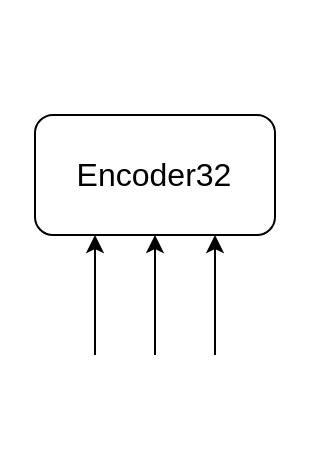
Earlier version of the draw.io diagram test.drawio (infiniteaim/Repository-from-Anonus). Source tidied: cells renumbered, new cells numbered last; positions are measured from the earlier drawing's top-left corner, leaving out a move shared by most shapes. Both pictures are drawn from the tidied source at 200%, with x=0, y=0 at pixel (34, 114).
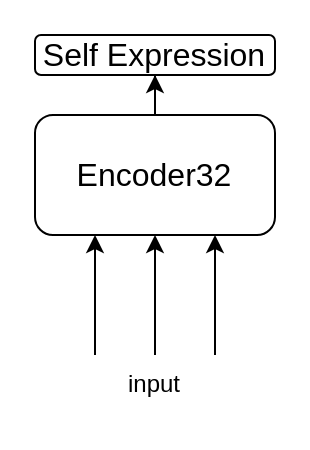
The same diagram, later.

The edit, as a diff of the source:
```diff
@@
 <mxGraphModel>
   <root>
     <mxCell id="0" />
     <mxCell id="1" parent="0" />
+    <mxCell id="6" style="edgeStyle=orthogonalEdgeStyle;rounded=0;jettySize=auto;html=1;entryX=0.5;entryY=1;entryDx=0;entryDy=0;" parent="1" edge="1" source="2" target="8">
+      <mxGeometry relative="1" as="geometry" />
+    </mxCell>
     <mxCell id="2" value="&lt;font style=&quot;font-size: 16px;&quot;&gt;Encoder32&lt;/font&gt;" style="rounded=1;whiteSpace=wrap;html=1;" parent="1" vertex="1">
       <mxGeometry width="120" height="60" as="geometry" />
     </mxCell>
     <mxCell id="3" style="endArrow=classic;html=1;rounded=0;entryX=0.25;entryY=1;entryDx=0;entryDy=0;" parent="1" edge="1" target="2">
       <mxGeometry relative="1" as="geometry">
         <mxPoint x="30" y="120" as="sourcePoint" />
       </mxGeometry>
     </mxCell>
     <mxCell id="4" style="endArrow=classic;html=1;rounded=0;entryX=0.5;entryY=1;entryDx=0;entryDy=0;" parent="1" edge="1" target="2">
       <mxGeometry relative="1" as="geometry">
         <mxPoint x="60" y="120" as="sourcePoint" />
       </mxGeometry>
     </mxCell>
     <mxCell id="5" style="endArrow=classic;html=1;rounded=0;entryX=0.5;entryY=1;entryDx=0;entryDy=0;" parent="1" edge="1">
       <mxGeometry relative="1" as="geometry">
         <mxPoint x="90" y="120" as="sourcePoint" />
         <mxPoint x="90" y="60" as="targetPoint" />
       </mxGeometry>
     </mxCell>
+    <mxCell id="7" value="input" style="text;html=1;align=center;verticalAlign=middle;whiteSpace=wrap;rounded=0;" parent="1" vertex="1">
+      <mxGeometry x="30" y="120" width="60" height="30" as="geometry" />
+    </mxCell>
+    <mxCell id="8" value="&lt;font style=&quot;font-size: 16px;&quot;&gt;Self Expression&lt;/font&gt;" style="rounded=1;whiteSpace=wrap;html=1;" parent="1" vertex="1">
+      <mxGeometry y="-40" width="120" height="20" as="geometry" />
+    </mxCell>
   </root>
 </mxGraphModel>
```
